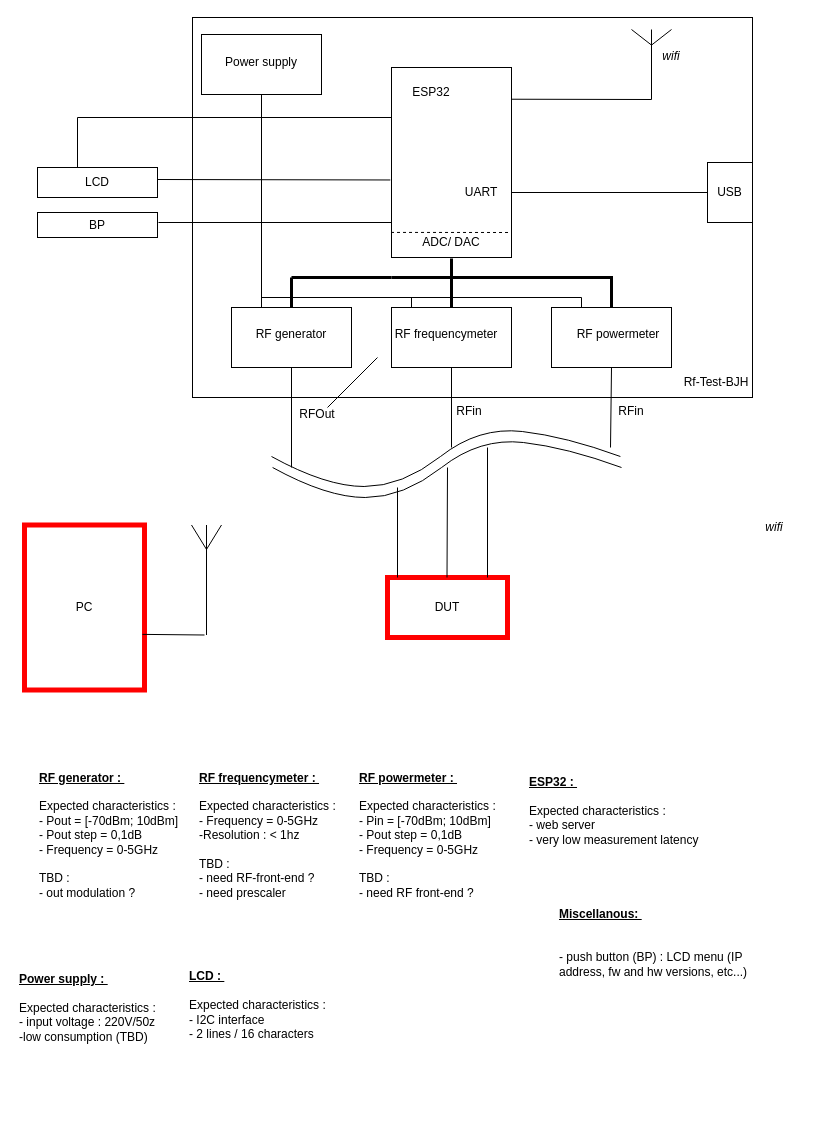
The draw.io diagram doc/hw-synoptique-2.drawio in f4bjh/Rf-Test-BJH, before the edit. Source tidied: cells renumbered, new cells numbered last; positions are measured from the earlier drawing's top-left corner, leaving out a move shared by most shapes. Both pictures are drawn from the tidied source at 100%, with x=0, y=0 at pixel (17, 17).
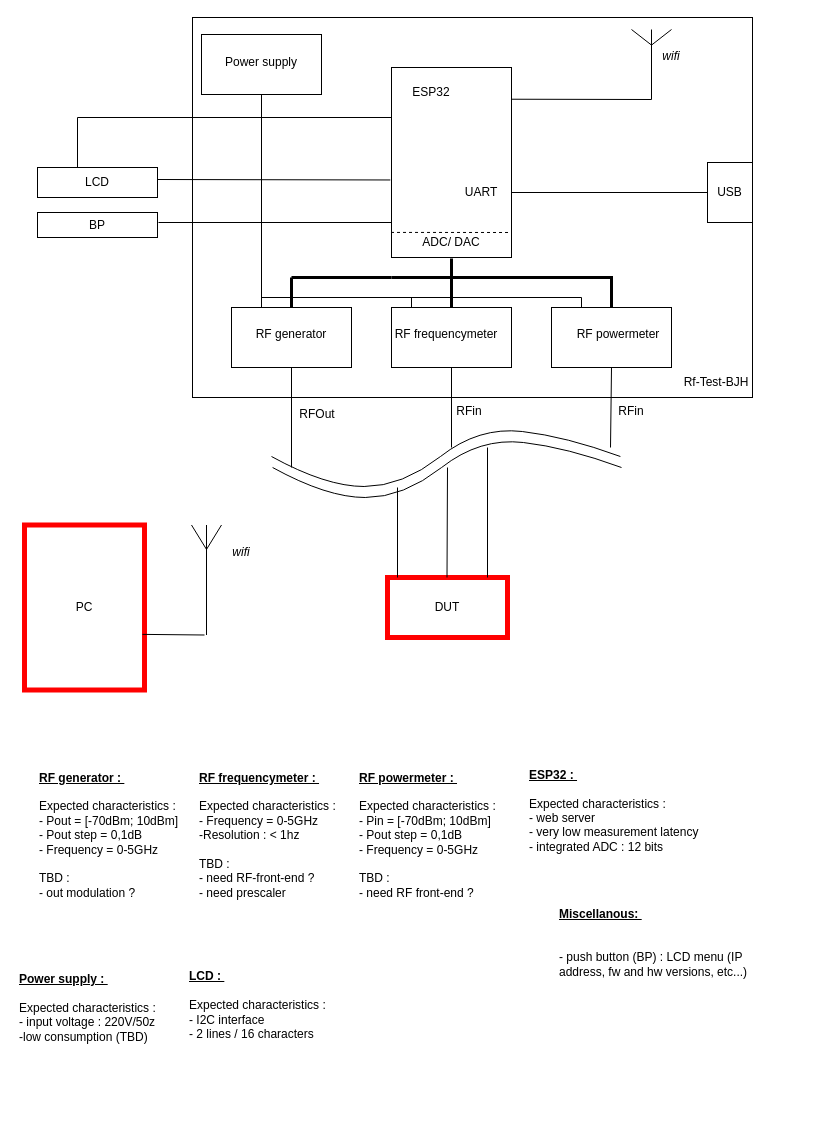
Above is the later version.

The edit, as a diff of the source:
```diff
@@
     <mxCell id="19" value="&lt;i&gt;wifi&lt;/i&gt;" style="text;html=1;align=center;verticalAlign=middle;whiteSpace=wrap;rounded=0;" parent="1" vertex="1">
-      <mxGeometry x="727" y="495" width="60" height="30" as="geometry" />
+      <mxGeometry x="194" y="520" width="60" height="30" as="geometry" />
     </mxCell>
@@
-    <mxCell id="46" value="&lt;div style=&quot;&quot;&gt;&lt;u style=&quot;background-color: initial;&quot;&gt;&lt;b&gt;ESP32 :&amp;nbsp;&lt;/b&gt;&lt;/u&gt;&lt;/div&gt;&lt;div style=&quot;text-align: center;&quot;&gt;&lt;u style=&quot;background-color: initial;&quot;&gt;&lt;b&gt;&lt;br&gt;&lt;/b&gt;&lt;/u&gt;&lt;/div&gt;&lt;div style=&quot;&quot;&gt;&lt;span style=&quot;background-color: initial;&quot;&gt;Expected characteristics :&amp;nbsp;&lt;/span&gt;&lt;/div&gt;&lt;div&gt;- web server&lt;/div&gt;&lt;div&gt;- very low measurement latency&lt;/div&gt;&lt;div&gt;&lt;br&gt;&lt;/div&gt;&lt;div&gt;&lt;br&gt;&lt;/div&gt;&lt;div&gt;&lt;br&gt;&lt;/div&gt;" style="text;html=1;align=left;verticalAlign=middle;whiteSpace=wrap;rounded=0;" parent="1" vertex="1">
+    <mxCell id="46" value="&lt;div style=&quot;&quot;&gt;&lt;u style=&quot;background-color: initial;&quot;&gt;&lt;b&gt;ESP32 :&amp;nbsp;&lt;/b&gt;&lt;/u&gt;&lt;/div&gt;&lt;div style=&quot;text-align: center;&quot;&gt;&lt;u style=&quot;background-color: initial;&quot;&gt;&lt;b&gt;&lt;br&gt;&lt;/b&gt;&lt;/u&gt;&lt;/div&gt;&lt;div style=&quot;&quot;&gt;&lt;span style=&quot;background-color: initial;&quot;&gt;Expected characteristics :&amp;nbsp;&lt;/span&gt;&lt;/div&gt;&lt;div&gt;- web server&lt;/div&gt;&lt;div&gt;- very low measurement laten&lt;span style=&quot;background-color: initial;&quot;&gt;cy&lt;/span&gt;&lt;/div&gt;&lt;div&gt;&lt;span style=&quot;background-color: initial;&quot;&gt;- integrated ADC : 12 bits&lt;/span&gt;&lt;/div&gt;&lt;div&gt;&lt;br&gt;&lt;/div&gt;&lt;div&gt;&lt;br&gt;&lt;/div&gt;&lt;div&gt;&lt;br&gt;&lt;/div&gt;" style="text;html=1;align=left;verticalAlign=middle;whiteSpace=wrap;rounded=0;" parent="1" vertex="1">
       <mxGeometry x="510" y="730" width="230" height="170" as="geometry" />
     </mxCell>
@@
-    <mxCell id="66" style="endArrow=none;html=1;rounded=0;" parent="1" edge="1">
-      <mxGeometry relative="1" as="geometry">
-        <mxPoint x="310" y="390" as="sourcePoint" />
-        <mxPoint x="360" y="340" as="targetPoint" />
-      </mxGeometry>
-    </mxCell>
```
